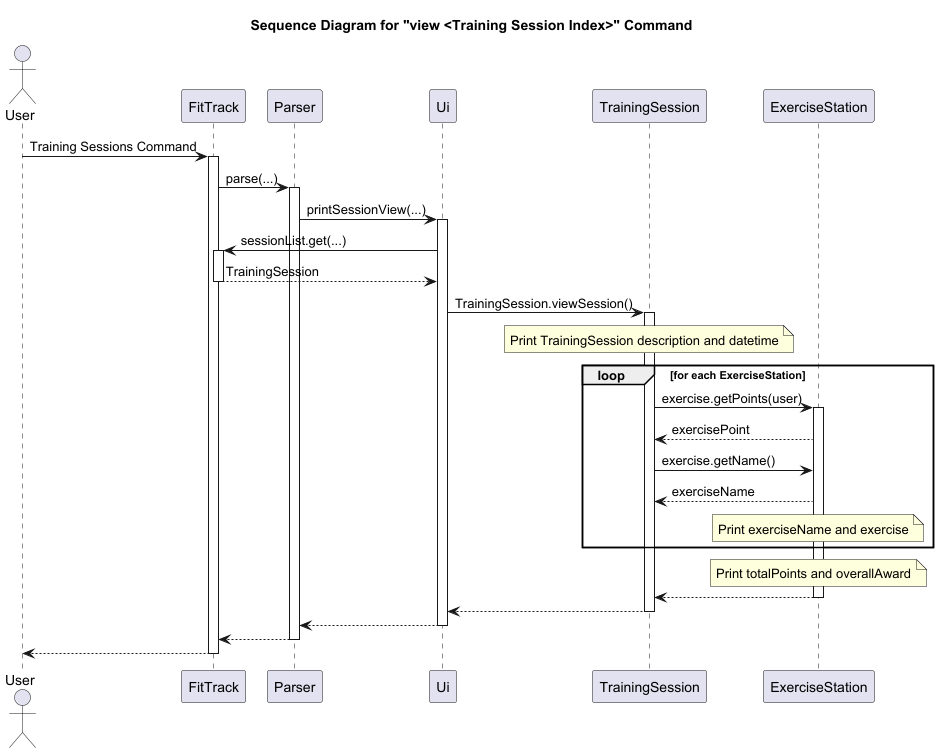
This is docs/Images/Sequence_ViewTrainingSession.png from nus-cs2113-AY2425S1/tp, a PlantUML export, as it was before one commit.
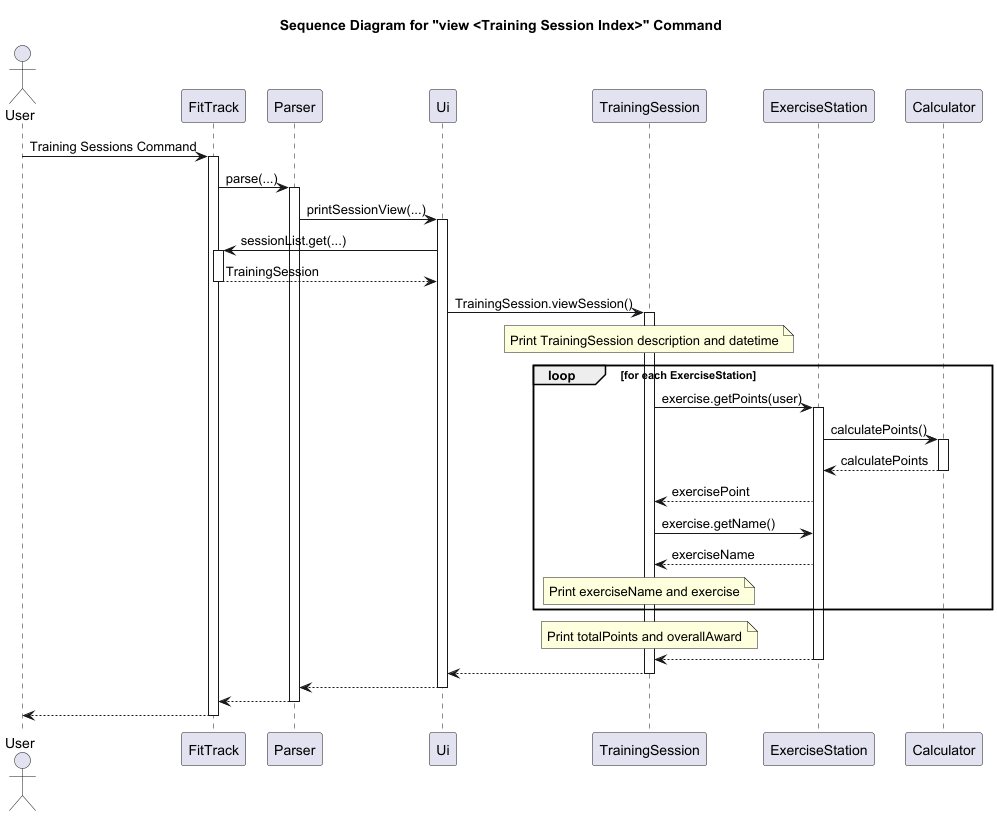
After the commit.

Diff of the diagram source:
```diff
@@ -21,14 +21,18 @@
                             loop for each ExerciseStation
                                 TrainingSession -> ExerciseStation: exercise.getPoints(user)
                                 activate ExerciseStation
+                                    ExerciseStation -> Calculator: calculatePoints()
+                                    activate Calculator
+                                    Calculator --> ExerciseStation: calculatePoints
+                                    deactivate Calculator
                                 ExerciseStation --> TrainingSession: exercisePoint
                                 TrainingSession -> ExerciseStation: exercise.getName()
                                 ExerciseStation --> TrainingSession: exerciseName
-                                note over ExerciseStation
+                                note over TrainingSession
                                 Print exerciseName and exercise
                                 end note
                             end loop
-                            note over ExerciseStation
+                            note over TrainingSession
                             Print totalPoints and overallAward
                             end note
                             ExerciseStation --> TrainingSession
```
